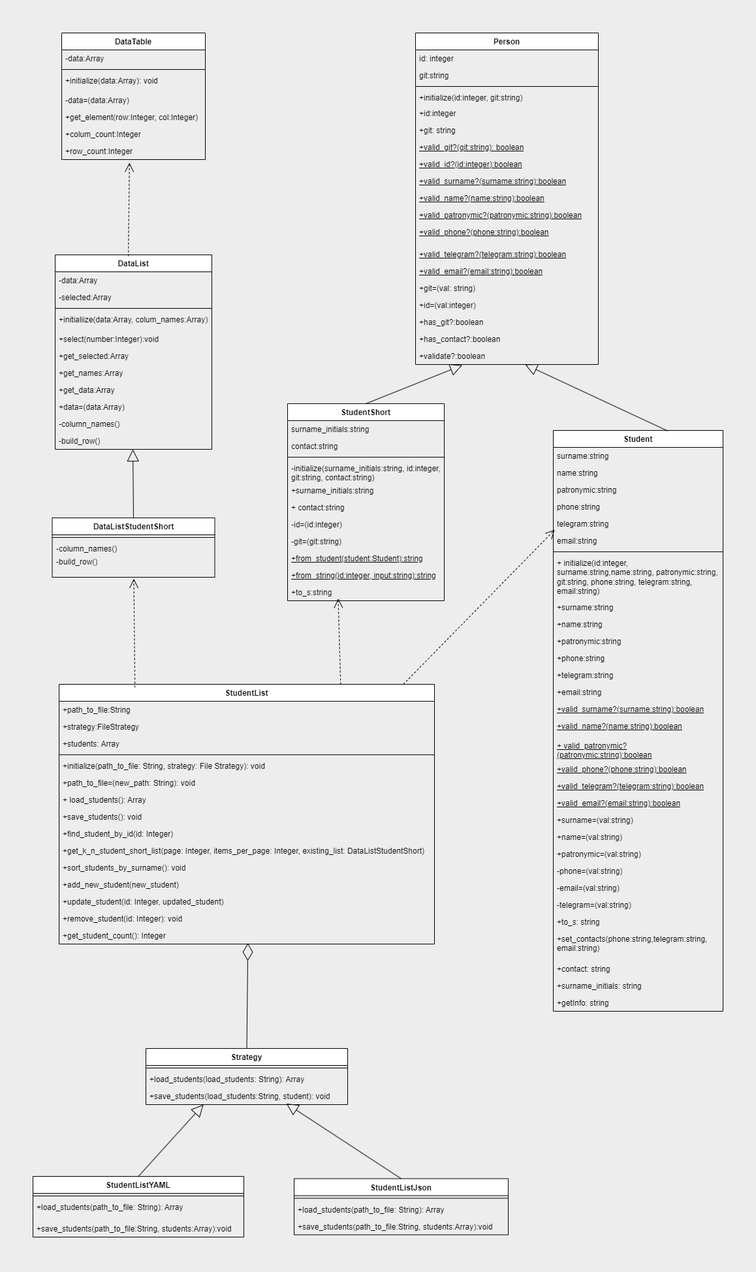
Above: class_student/diagram1.png in llKristina/ruby (draw.io), before the change. Source tidied: cells renumbered, new cells last; positions are measured from the earlier drawing's top-left corner, leaving out a move shared by most shapes.
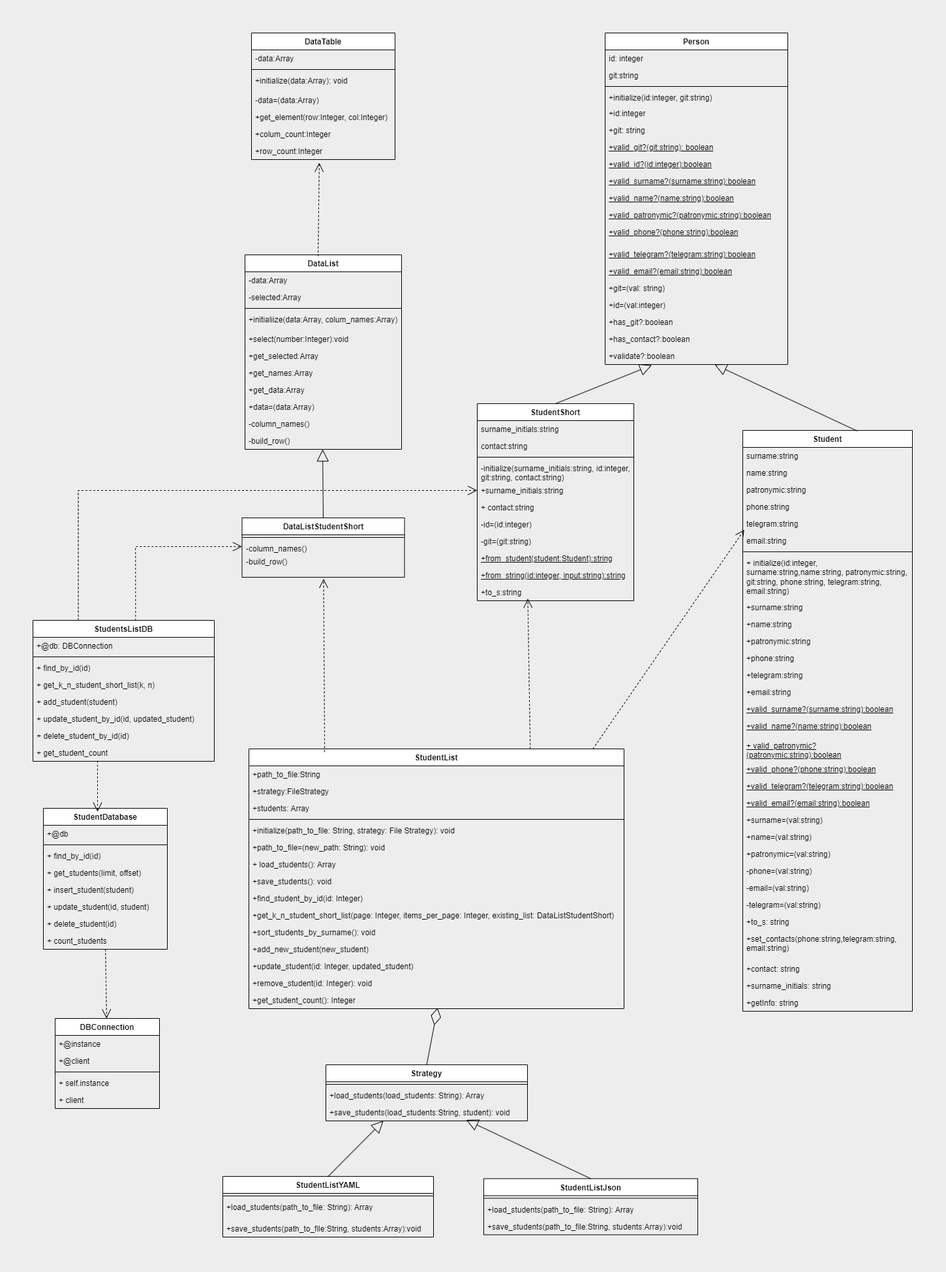
The same file after the commit.

Commit message:
lab 4 task 3.12

The edit, as a diff of the source:
```diff
@@ -279,7 +279,7 @@
       <mxGeometry relative="1" as="geometry" />
     </mxCell>
     <mxCell id="94" value="StudentList" style="swimlane;fontStyle=1;align=center;verticalAlign=top;horizontal=1;startSize=26;whiteSpace=wrap;html=1;" parent="1" vertex="1">
-      <mxGeometry x="40" y="998" width="575" height="398" as="geometry" />
+      <mxGeometry x="40" y="1097" width="575" height="398" as="geometry" />
     </mxCell>
     <mxCell id="95" value="+path_to_file:String" style="text;strokeColor=none;fillColor=none;align=left;verticalAlign=top;spacingLeft=4;spacingRight=4;overflow=hidden;whiteSpace=wrap;html=1;" parent="94" vertex="1">
       <mxGeometry y="26" width="575" height="26" as="geometry" />
@@ -336,7 +336,7 @@
       <mxGeometry relative="1" as="geometry" />
     </mxCell>
     <mxCell id="113" value="Strategy" style="swimlane;fontStyle=1;align=center;verticalAlign=top;horizontal=1;startSize=26;whiteSpace=wrap;html=1;" parent="1" vertex="1">
-      <mxGeometry x="173" y="1556" width="309" height="86" as="geometry" />
+      <mxGeometry x="158" y="1581" width="309" height="86" as="geometry" />
     </mxCell>
     <mxCell id="114" style="line;strokeWidth=1;fillColor=none;align=left;verticalAlign=middle;spacingTop=-1;spacingLeft=3;spacingRight=3;labelPosition=right;strokeColor=inherit;" parent="113" vertex="1">
       <mxGeometry y="26" width="309" height="8" as="geometry" />
@@ -380,5 +380,89 @@
     <mxCell id="127" style="endArrow=block;endSize=16;endFill=0;html=1;rounded=0;entryX=0.696;entryY=0.938;entryDx=0;entryDy=0;entryPerimeter=0;exitX=0.5;exitY=0;exitDx=0;exitDy=0;" parent="1" edge="1" source="123" target="116">
       <mxGeometry x="-0.12" relative="1" as="geometry" />
     </mxCell>
+    <mxCell id="128" value="StudentsListDB" style="swimlane;fontStyle=1;align=center;verticalAlign=top;horizontal=1;startSize=26;whiteSpace=wrap;html=1;" parent="1" vertex="1">
+      <mxGeometry x="-291" y="900" width="278" height="216" as="geometry" />
+    </mxCell>
+    <mxCell id="129" value="&lt;span class=&quot;hljs-variable&quot;&gt;+@db&lt;/span&gt;: DBConnection" style="text;strokeColor=none;fillColor=none;align=left;verticalAlign=top;spacingLeft=4;spacingRight=4;overflow=hidden;whiteSpace=wrap;html=1;" parent="128" vertex="1">
+      <mxGeometry y="26" width="278" height="26" as="geometry" />
+    </mxCell>
+    <mxCell id="130" style="line;strokeWidth=1;fillColor=none;align=left;verticalAlign=middle;spacingTop=-1;spacingLeft=3;spacingRight=3;labelPosition=right;strokeColor=inherit;" parent="128" vertex="1">
+      <mxGeometry y="52" width="278" height="8" as="geometry" />
+    </mxCell>
+    <mxCell id="131" value="+ find_by_id(id)" style="text;strokeColor=none;fillColor=none;align=left;verticalAlign=top;spacingLeft=4;spacingRight=4;overflow=hidden;whiteSpace=wrap;html=1;" parent="128" vertex="1">
+      <mxGeometry y="60" width="278" height="26" as="geometry" />
+    </mxCell>
+    <mxCell id="132" value="&lt;span class=&quot;hljs-operator&quot;&gt;+&lt;/span&gt; get_k_n_student_short_list(k, n)" style="text;strokeColor=none;fillColor=none;align=left;verticalAlign=top;spacingLeft=4;spacingRight=4;overflow=hidden;whiteSpace=wrap;html=1;" parent="128" vertex="1">
+      <mxGeometry y="86" width="278" height="26" as="geometry" />
+    </mxCell>
+    <mxCell id="133" value="&lt;span class=&quot;hljs-operator&quot;&gt;+&lt;/span&gt; add_student(student)" style="text;strokeColor=none;fillColor=none;align=left;verticalAlign=top;spacingLeft=4;spacingRight=4;overflow=hidden;whiteSpace=wrap;html=1;" parent="128" vertex="1">
+      <mxGeometry y="112" width="278" height="26" as="geometry" />
+    </mxCell>
+    <mxCell id="134" value="&lt;span class=&quot;hljs-operator&quot;&gt;+&lt;/span&gt; update_student_by_id(id, updated_student)" style="text;strokeColor=none;fillColor=none;align=left;verticalAlign=top;spacingLeft=4;spacingRight=4;overflow=hidden;whiteSpace=wrap;html=1;" parent="128" vertex="1">
+      <mxGeometry y="138" width="278" height="26" as="geometry" />
+    </mxCell>
+    <mxCell id="135" value="+ delete_student_by_id(id)" style="text;strokeColor=none;fillColor=none;align=left;verticalAlign=top;spacingLeft=4;spacingRight=4;overflow=hidden;whiteSpace=wrap;html=1;" parent="128" vertex="1">
+      <mxGeometry y="164" width="278" height="26" as="geometry" />
+    </mxCell>
+    <mxCell id="136" value="&lt;span class=&quot;hljs-operator&quot;&gt;+&lt;/span&gt; get_student_count" style="text;strokeColor=none;fillColor=none;align=left;verticalAlign=top;spacingLeft=4;spacingRight=4;overflow=hidden;points=[[0,0.5],[1,0.5]];portConstraint=eastwest;whiteSpace=wrap;html=1;" parent="128" vertex="1">
+      <mxGeometry y="190" width="278" height="26" as="geometry" />
+    </mxCell>
+    <mxCell id="137" style="endArrow=open;endSize=12;dashed=1;html=1;rounded=0;entryX=0;entryY=0.5;entryDx=0;entryDy=0;edgeStyle=orthogonalEdgeStyle;exitX=0.25;exitY=0;exitDx=0;exitDy=0;" parent="1" edge="1" source="128" target="59">
+      <mxGeometry relative="1" as="geometry" />
+    </mxCell>
+    <mxCell id="138" style="endArrow=open;endSize=12;dashed=1;html=1;rounded=0;exitX=0.566;exitY=0.002;exitDx=0;exitDy=0;exitPerimeter=0;entryX=0;entryY=0.5;entryDx=0;entryDy=0;edgeStyle=orthogonalEdgeStyle;" parent="1" edge="1" source="128" target="89">
+      <mxGeometry relative="1" as="geometry" />
+    </mxCell>
+    <mxCell id="139" value="StudentDatabase " style="swimlane;fontStyle=1;align=center;verticalAlign=top;horizontal=1;startSize=26;whiteSpace=wrap;html=1;" parent="1" vertex="1">
+      <mxGeometry x="-275" y="1188" width="190" height="216" as="geometry" />
+    </mxCell>
+    <mxCell id="140" value="+@db" style="text;strokeColor=none;fillColor=none;align=left;verticalAlign=top;spacingLeft=4;spacingRight=4;overflow=hidden;whiteSpace=wrap;html=1;" parent="139" vertex="1">
+      <mxGeometry y="26" width="190" height="26" as="geometry" />
+    </mxCell>
+    <mxCell id="141" style="line;strokeWidth=1;fillColor=none;align=left;verticalAlign=middle;spacingTop=-1;spacingLeft=3;spacingRight=3;labelPosition=right;strokeColor=inherit;" parent="139" vertex="1">
+      <mxGeometry y="52" width="190" height="8" as="geometry" />
+    </mxCell>
+    <mxCell id="142" value="+ find_by_id(id)" style="text;strokeColor=none;fillColor=none;align=left;verticalAlign=top;spacingLeft=4;spacingRight=4;overflow=hidden;whiteSpace=wrap;html=1;" parent="139" vertex="1">
+      <mxGeometry y="60" width="190" height="26" as="geometry" />
+    </mxCell>
+    <mxCell id="143" value="&lt;span class=&quot;hljs-operator&quot;&gt;+&lt;/span&gt; get_students(limit, &lt;span class=&quot;hljs-keyword&quot;&gt;offset&lt;/span&gt;)" style="text;strokeColor=none;fillColor=none;align=left;verticalAlign=top;spacingLeft=4;spacingRight=4;overflow=hidden;whiteSpace=wrap;html=1;" parent="139" vertex="1">
+      <mxGeometry y="86" width="190" height="26" as="geometry" />
+    </mxCell>
+    <mxCell id="144" value="&lt;span class=&quot;hljs-operator&quot;&gt;+&lt;/span&gt; insert_student(student)" style="text;strokeColor=none;fillColor=none;align=left;verticalAlign=top;spacingLeft=4;spacingRight=4;overflow=hidden;whiteSpace=wrap;html=1;" parent="139" vertex="1">
+      <mxGeometry y="112" width="190" height="26" as="geometry" />
+    </mxCell>
+    <mxCell id="145" value="+ update_student(id, student)" style="text;strokeColor=none;fillColor=none;align=left;verticalAlign=top;spacingLeft=4;spacingRight=4;overflow=hidden;whiteSpace=wrap;html=1;" parent="139" vertex="1">
+      <mxGeometry y="138" width="190" height="26" as="geometry" />
+    </mxCell>
+    <mxCell id="146" value="&lt;span class=&quot;hljs-operator&quot;&gt;+&lt;/span&gt; delete_student(id)" style="text;strokeColor=none;fillColor=none;align=left;verticalAlign=top;spacingLeft=4;spacingRight=4;overflow=hidden;whiteSpace=wrap;html=1;" parent="139" vertex="1">
+      <mxGeometry y="164" width="190" height="26" as="geometry" />
+    </mxCell>
+    <mxCell id="147" value="&lt;span class=&quot;hljs-operator&quot;&gt;+&lt;/span&gt; count_students" style="text;strokeColor=none;fillColor=none;align=left;verticalAlign=top;spacingLeft=4;spacingRight=4;overflow=hidden;points=[[0,0.5],[1,0.5]];portConstraint=eastwest;whiteSpace=wrap;html=1;" parent="139" vertex="1">
+      <mxGeometry y="190" width="190" height="26" as="geometry" />
+    </mxCell>
+    <mxCell id="148" value=" DBConnection " style="swimlane;fontStyle=1;align=center;verticalAlign=top;horizontal=1;startSize=26;whiteSpace=wrap;html=1;" parent="1" vertex="1">
+      <mxGeometry x="-257" y="1510" width="160" height="138" as="geometry" />
+    </mxCell>
+    <mxCell id="149" value="+@instance" style="text;strokeColor=none;fillColor=none;align=left;verticalAlign=top;spacingLeft=4;spacingRight=4;overflow=hidden;whiteSpace=wrap;html=1;" parent="148" vertex="1">
+      <mxGeometry y="26" width="160" height="26" as="geometry" />
+    </mxCell>
+    <mxCell id="150" value="+@client" style="text;strokeColor=none;fillColor=none;align=left;verticalAlign=top;spacingLeft=4;spacingRight=4;overflow=hidden;whiteSpace=wrap;html=1;" parent="148" vertex="1">
+      <mxGeometry y="52" width="160" height="26" as="geometry" />
+    </mxCell>
+    <mxCell id="151" style="line;strokeWidth=1;fillColor=none;align=left;verticalAlign=middle;spacingTop=-1;spacingLeft=3;spacingRight=3;labelPosition=right;strokeColor=inherit;" parent="148" vertex="1">
+      <mxGeometry y="78" width="160" height="8" as="geometry" />
+    </mxCell>
+    <mxCell id="152" value="&lt;span class=&quot;hljs-operator&quot;&gt;+&lt;/span&gt; self.instance" style="text;strokeColor=none;fillColor=none;align=left;verticalAlign=top;spacingLeft=4;spacingRight=4;overflow=hidden;whiteSpace=wrap;html=1;" parent="148" vertex="1">
+      <mxGeometry y="86" width="160" height="26" as="geometry" />
+    </mxCell>
+    <mxCell id="153" value="&lt;span class=&quot;hljs-operator&quot;&gt;+&lt;/span&gt; client" style="text;strokeColor=none;fillColor=none;align=left;verticalAlign=top;spacingLeft=4;spacingRight=4;overflow=hidden;whiteSpace=wrap;html=1;" parent="148" vertex="1">
+      <mxGeometry y="112" width="160" height="26" as="geometry" />
+    </mxCell>
+    <mxCell id="154" style="endArrow=open;endSize=12;dashed=1;html=1;rounded=0;exitX=0.356;exitY=0.971;exitDx=0;exitDy=0;exitPerimeter=0;entryX=0.437;entryY=0.024;entryDx=0;entryDy=0;entryPerimeter=0;" parent="1" edge="1" source="136" target="139">
+      <mxGeometry relative="1" as="geometry" />
+    </mxCell>
+    <mxCell id="155" style="endArrow=open;endSize=12;dashed=1;html=1;rounded=0;" parent="1" edge="1" source="147" target="148">
+      <mxGeometry relative="1" as="geometry" />
+    </mxCell>
   </root>
 </mxGraphModel>
```
